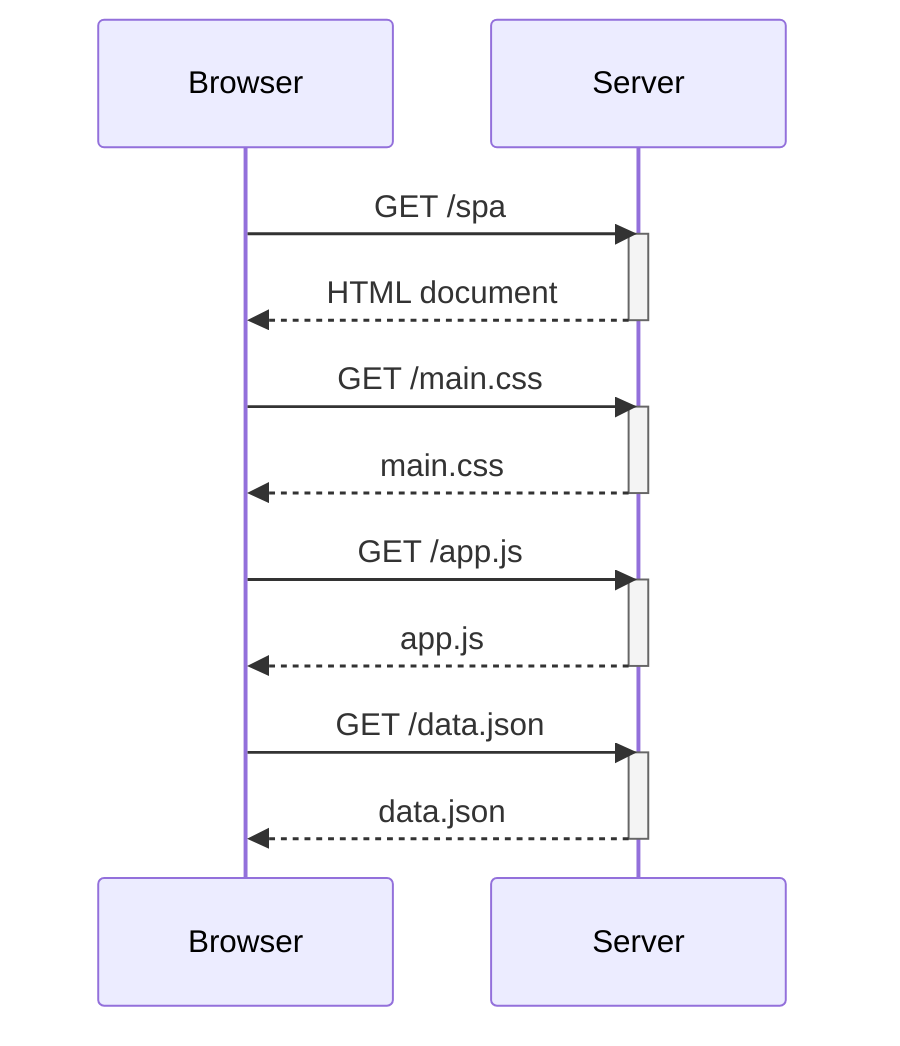
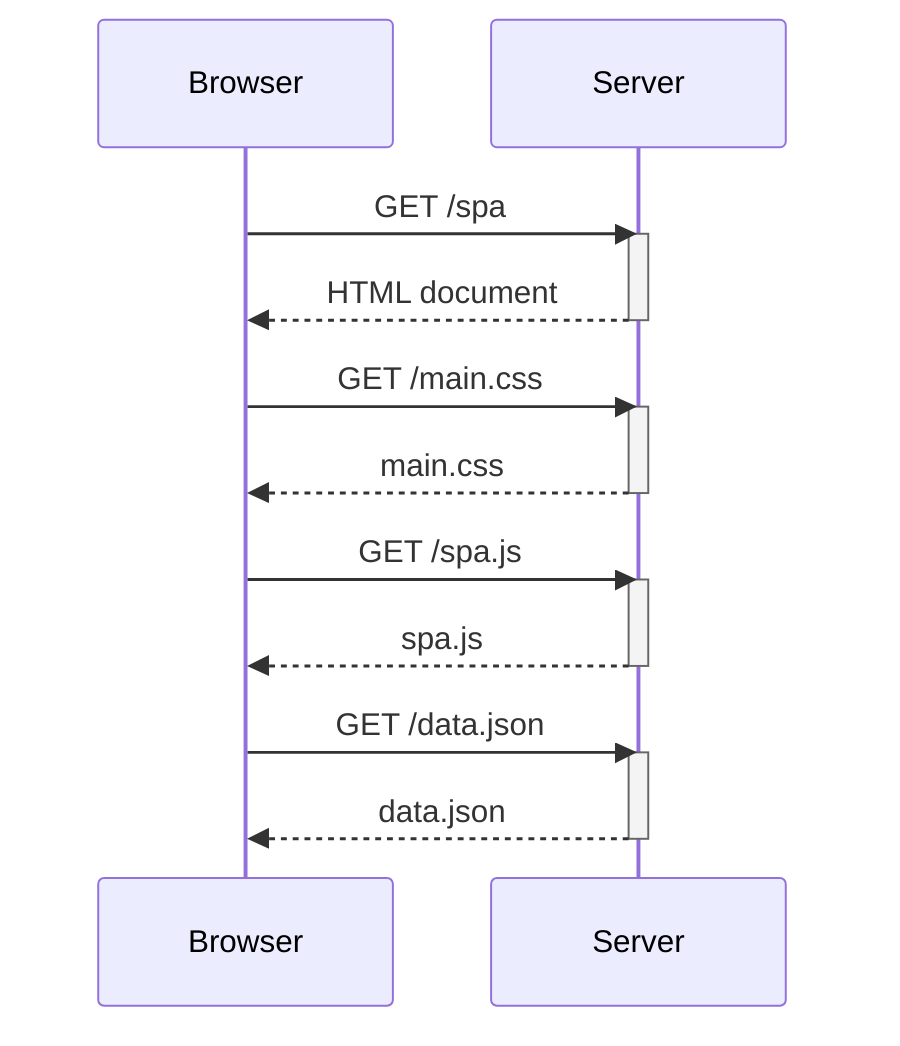
sequenceDiagram
    participant Browser
    participant Server

    Browser->>Server: GET /spa
    activate Server
    Server-->>Browser: HTML document
    deactivate Server
    Browser->>Server: GET /main.css
    activate Server
    Server-->>Browser: main.css
    deactivate Server
-     Browser->>Server: GET /app.js
+     Browser->>Server: GET /spa.js
    activate Server
-     Server-->>Browser: app.js
+     Server-->>Browser: spa.js
    deactivate Server
    Browser->>Server: GET /data.json
    activate Server
    Server-->>Browser: data.json
    deactivate Server
